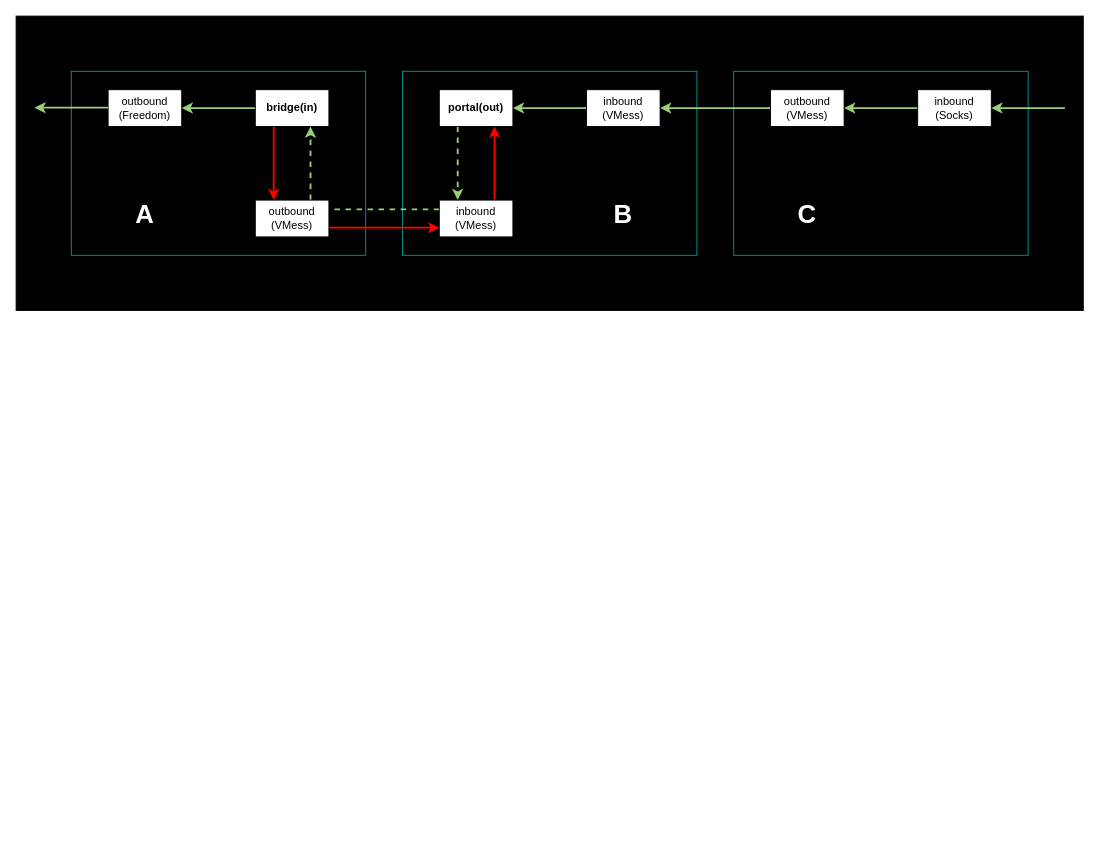
Earlier version of the draw.io diagram network_topology.drawio (ZiqingYip/moment). Source tidied: cells renumbered, new cells numbered last; positions are measured from the earlier drawing's top-left corner, leaving out a move shared by most shapes. Both pictures are drawn from the tidied source at 92%, with x=0, y=0 at pixel (16, 16).
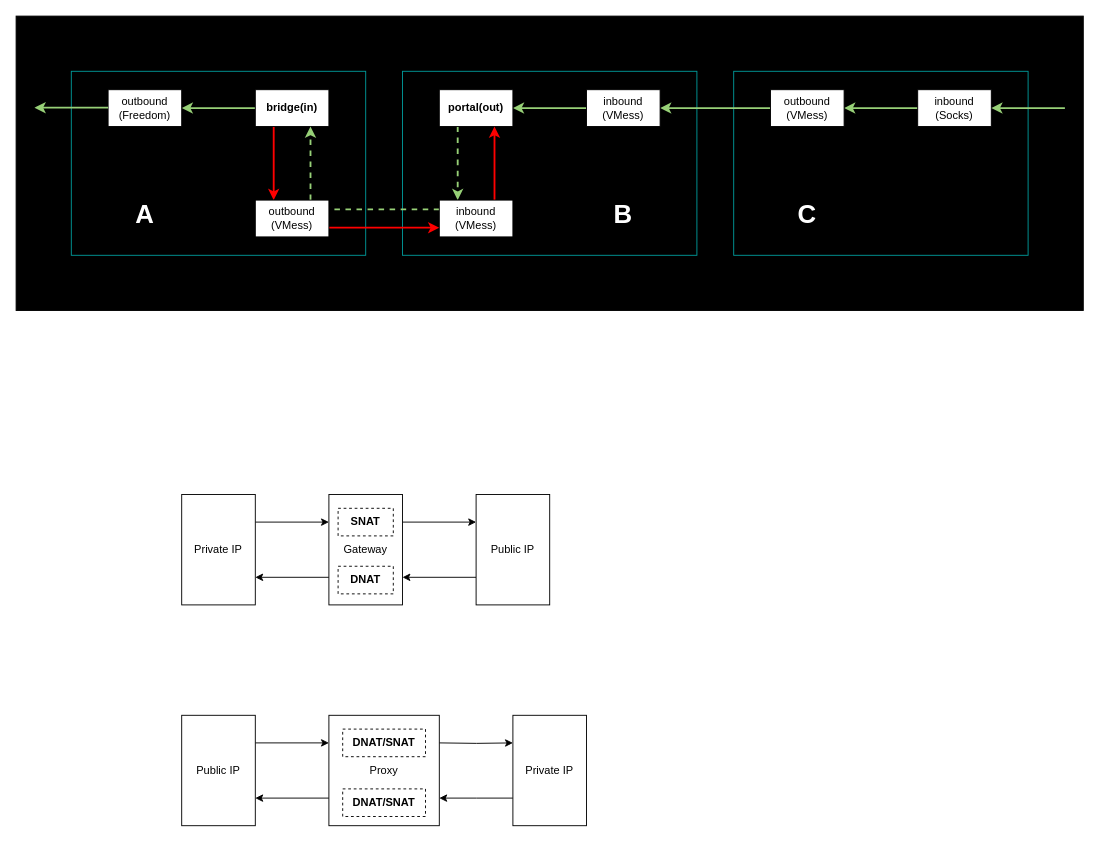
Above is the later version.

Change to the diagram source:
```diff
@@
+    <mxCell id="29" style="edgeStyle=orthogonalEdgeStyle;rounded=0;jettySize=auto;html=1;exitX=1;exitY=0.25;exitDx=0;exitDy=0;entryX=0;entryY=0.25;entryDx=0;entryDy=0;" parent="1" edge="1" source="30" target="33">
+      <mxGeometry relative="1" as="geometry" />
+    </mxCell>
+    <mxCell id="30" value="Private IP" style="rounded=0;whiteSpace=wrap;html=1;" parent="1" vertex="1">
+      <mxGeometry x="180" y="520" width="80" height="120" as="geometry" />
+    </mxCell>
+    <mxCell id="31" style="edgeStyle=orthogonalEdgeStyle;rounded=0;jettySize=auto;html=1;exitX=1;exitY=0.25;exitDx=0;exitDy=0;entryX=0;entryY=0.25;entryDx=0;entryDy=0;" parent="1" edge="1" source="33" target="35">
+      <mxGeometry relative="1" as="geometry" />
+    </mxCell>
+    <mxCell id="32" style="edgeStyle=orthogonalEdgeStyle;rounded=0;jettySize=auto;html=1;exitX=0;exitY=0.75;exitDx=0;exitDy=0;entryX=1;entryY=0.75;entryDx=0;entryDy=0;" parent="1" edge="1" source="33" target="30">
+      <mxGeometry relative="1" as="geometry" />
+    </mxCell>
+    <mxCell id="33" value="Gateway" style="rounded=0;whiteSpace=wrap;html=1;" parent="1" vertex="1">
+      <mxGeometry x="340" y="520" width="80" height="120" as="geometry" />
+    </mxCell>
+    <mxCell id="34" style="edgeStyle=orthogonalEdgeStyle;rounded=0;jettySize=auto;html=1;exitX=0;exitY=0.75;exitDx=0;exitDy=0;entryX=1;entryY=0.75;entryDx=0;entryDy=0;" parent="1" edge="1" source="35" target="33">
+      <mxGeometry relative="1" as="geometry" />
+    </mxCell>
+    <mxCell id="35" value="Public IP" style="rounded=0;whiteSpace=wrap;html=1;" parent="1" vertex="1">
+      <mxGeometry x="500" y="520" width="80" height="120" as="geometry" />
+    </mxCell>
+    <mxCell id="36" value="&lt;b&gt;SNAT&lt;/b&gt;" style="text;html=1;strokeColor=default;fillColor=none;align=center;verticalAlign=middle;whiteSpace=wrap;rounded=0;dashed=1;" parent="1" vertex="1">
+      <mxGeometry x="350" y="535" width="60" height="30" as="geometry" />
+    </mxCell>
+    <mxCell id="37" value="&lt;b&gt;DNAT&lt;/b&gt;" style="text;html=1;strokeColor=default;fillColor=none;align=center;verticalAlign=middle;whiteSpace=wrap;rounded=0;dashed=1;" parent="1" vertex="1">
+      <mxGeometry x="350" y="598" width="60" height="30" as="geometry" />
+    </mxCell>
+    <mxCell id="38" style="edgeStyle=orthogonalEdgeStyle;rounded=0;jettySize=auto;html=1;exitX=1;exitY=0.25;exitDx=0;exitDy=0;entryX=0;entryY=0.25;entryDx=0;entryDy=0;" parent="1" edge="1" source="39" target="42">
+      <mxGeometry relative="1" as="geometry" />
+    </mxCell>
+    <mxCell id="39" value="Public IP" style="rounded=0;whiteSpace=wrap;html=1;" parent="1" vertex="1">
+      <mxGeometry x="180" y="760" width="80" height="120" as="geometry" />
+    </mxCell>
+    <mxCell id="40" style="edgeStyle=orthogonalEdgeStyle;rounded=0;jettySize=auto;html=1;exitX=1;exitY=0.25;exitDx=0;exitDy=0;entryX=0;entryY=0.25;entryDx=0;entryDy=0;" parent="1" edge="1" target="44">
+      <mxGeometry relative="1" as="geometry">
+        <mxPoint x="460" y="790" as="sourcePoint" />
+      </mxGeometry>
+    </mxCell>
+    <mxCell id="41" style="edgeStyle=orthogonalEdgeStyle;rounded=0;jettySize=auto;html=1;exitX=0;exitY=0.75;exitDx=0;exitDy=0;entryX=1;entryY=0.75;entryDx=0;entryDy=0;" parent="1" edge="1" source="42" target="39">
+      <mxGeometry relative="1" as="geometry" />
+    </mxCell>
+    <mxCell id="42" value="Proxy" style="rounded=0;whiteSpace=wrap;html=1;" parent="1" vertex="1">
+      <mxGeometry x="340" y="760" width="120" height="120" as="geometry" />
+    </mxCell>
+    <mxCell id="43" style="edgeStyle=orthogonalEdgeStyle;rounded=0;jettySize=auto;html=1;exitX=0;exitY=0.75;exitDx=0;exitDy=0;entryX=1;entryY=0.75;entryDx=0;entryDy=0;" parent="1" edge="1" source="44">
+      <mxGeometry relative="1" as="geometry">
+        <mxPoint x="460" y="850" as="targetPoint" />
+      </mxGeometry>
+    </mxCell>
+    <mxCell id="44" value="Private IP" style="rounded=0;whiteSpace=wrap;html=1;" parent="1" vertex="1">
+      <mxGeometry x="540" y="760" width="80" height="120" as="geometry" />
+    </mxCell>
+    <mxCell id="45" value="&lt;b&gt;DNAT/SNAT&lt;/b&gt;" style="text;html=1;strokeColor=default;fillColor=none;align=center;verticalAlign=middle;whiteSpace=wrap;rounded=0;dashed=1;" parent="1" vertex="1">
+      <mxGeometry x="355" y="775" width="90" height="30" as="geometry" />
+    </mxCell>
+    <mxCell id="46" value="&lt;b style=&quot;border-color: var(--border-color);&quot;&gt;DNAT/&lt;/b&gt;&lt;b&gt;SNAT&lt;/b&gt;" style="text;html=1;strokeColor=default;fillColor=none;align=center;verticalAlign=middle;whiteSpace=wrap;rounded=0;dashed=1;" parent="1" vertex="1">
+      <mxGeometry x="355" y="840" width="90" height="30" as="geometry" />
+    </mxCell>
```
